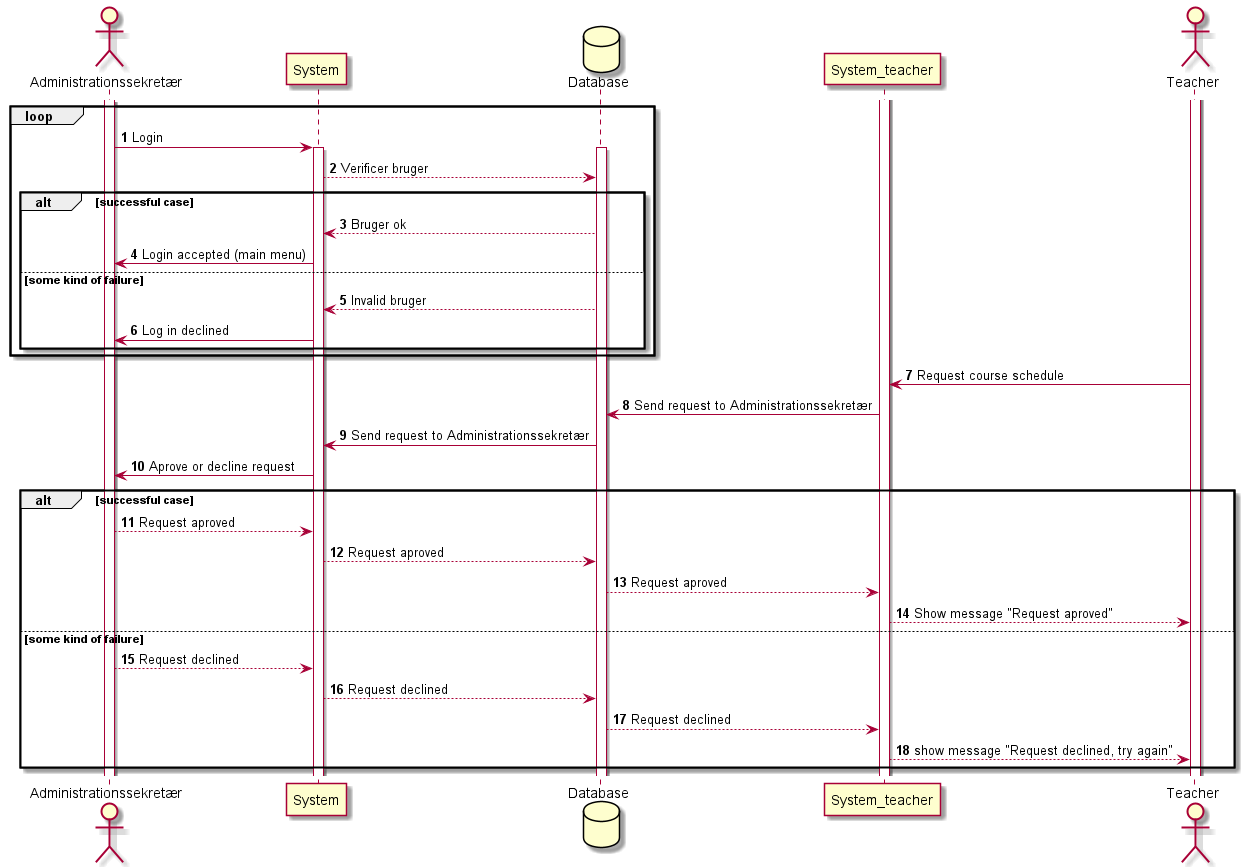
Before: Diagrams/Sequence diagram administration.png, a diagram exported from PlantUML (cille-pigen9/Systemudvikling-2022).
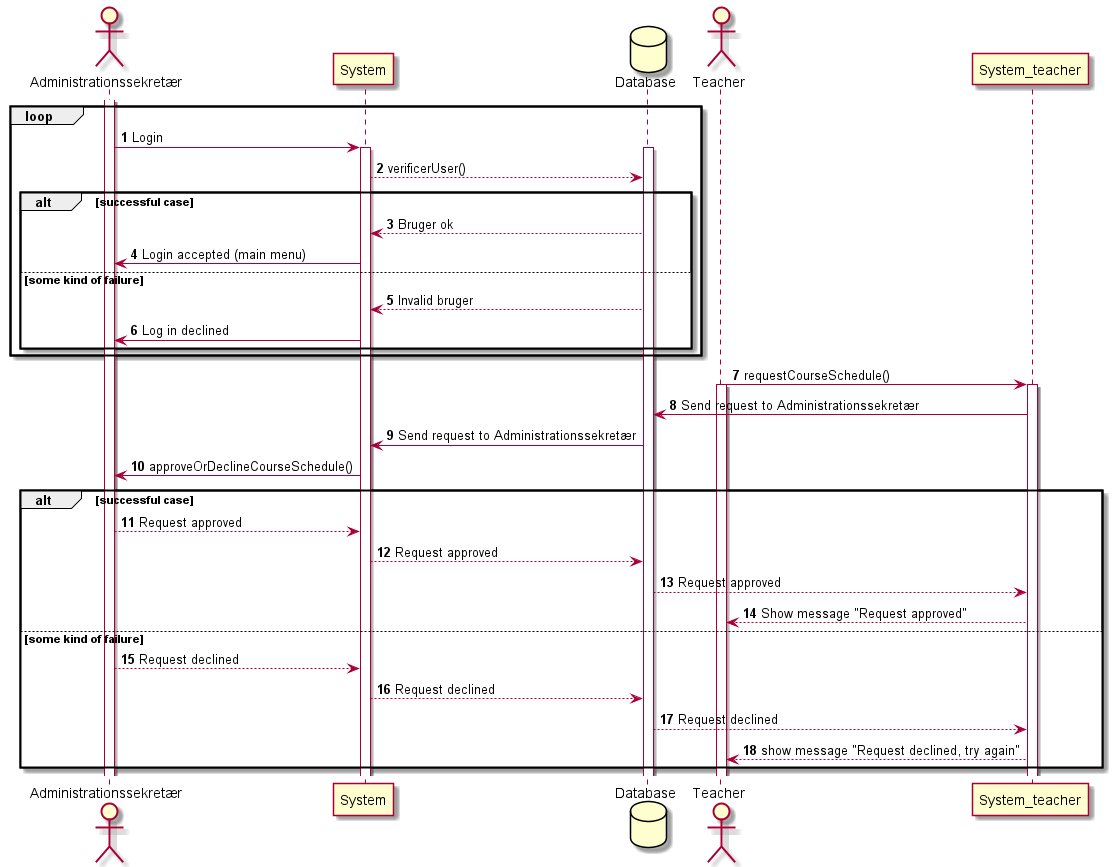
The same diagram one commit later.

Change to the diagram source:
```diff
@@ -9,7 +9,7 @@
 activate System
 database Database
 activate Database
-System --> Database: Verificer bruger
+System --> Database: verificerUser()
 alt successful case
 Database --> System: Bruger ok
 System -> Administrationssekretær: Login accepted (main menu)
@@ -20,18 +20,20 @@
 end
 
 
+
+actor Teacher
+
+System_teacher <- Teacher: requestCourseSchedule()
+activate Teacher
 activate System_teacher
-actor Teacher
-activate Teacher
-System_teacher <- Teacher: Request course schedule
 System_teacher -> Database: Send request to Administrationssekretær
 Database -> System: Send request to Administrationssekretær
-System -> Administrationssekretær: Aprove or decline request
+System -> Administrationssekretær: approveOrDeclineCourseSchedule()
 alt successful case
-Administrationssekretær --> System : Request aproved
-System --> Database: Request aproved
-Database --> System_teacher: Request aproved
-System_teacher --> Teacher: Show message "Request aproved"
+Administrationssekretær --> System : Request approved
+System --> Database: Request approved
+Database --> System_teacher: Request approved
+System_teacher --> Teacher: Show message "Request approved"
 else some kind of failure
 Administrationssekretær --> System: Request declined
 System --> Database: Request declined
@@ -41,9 +43,4 @@
 
 
 
-
-
-
-
-
 @enduml
```
